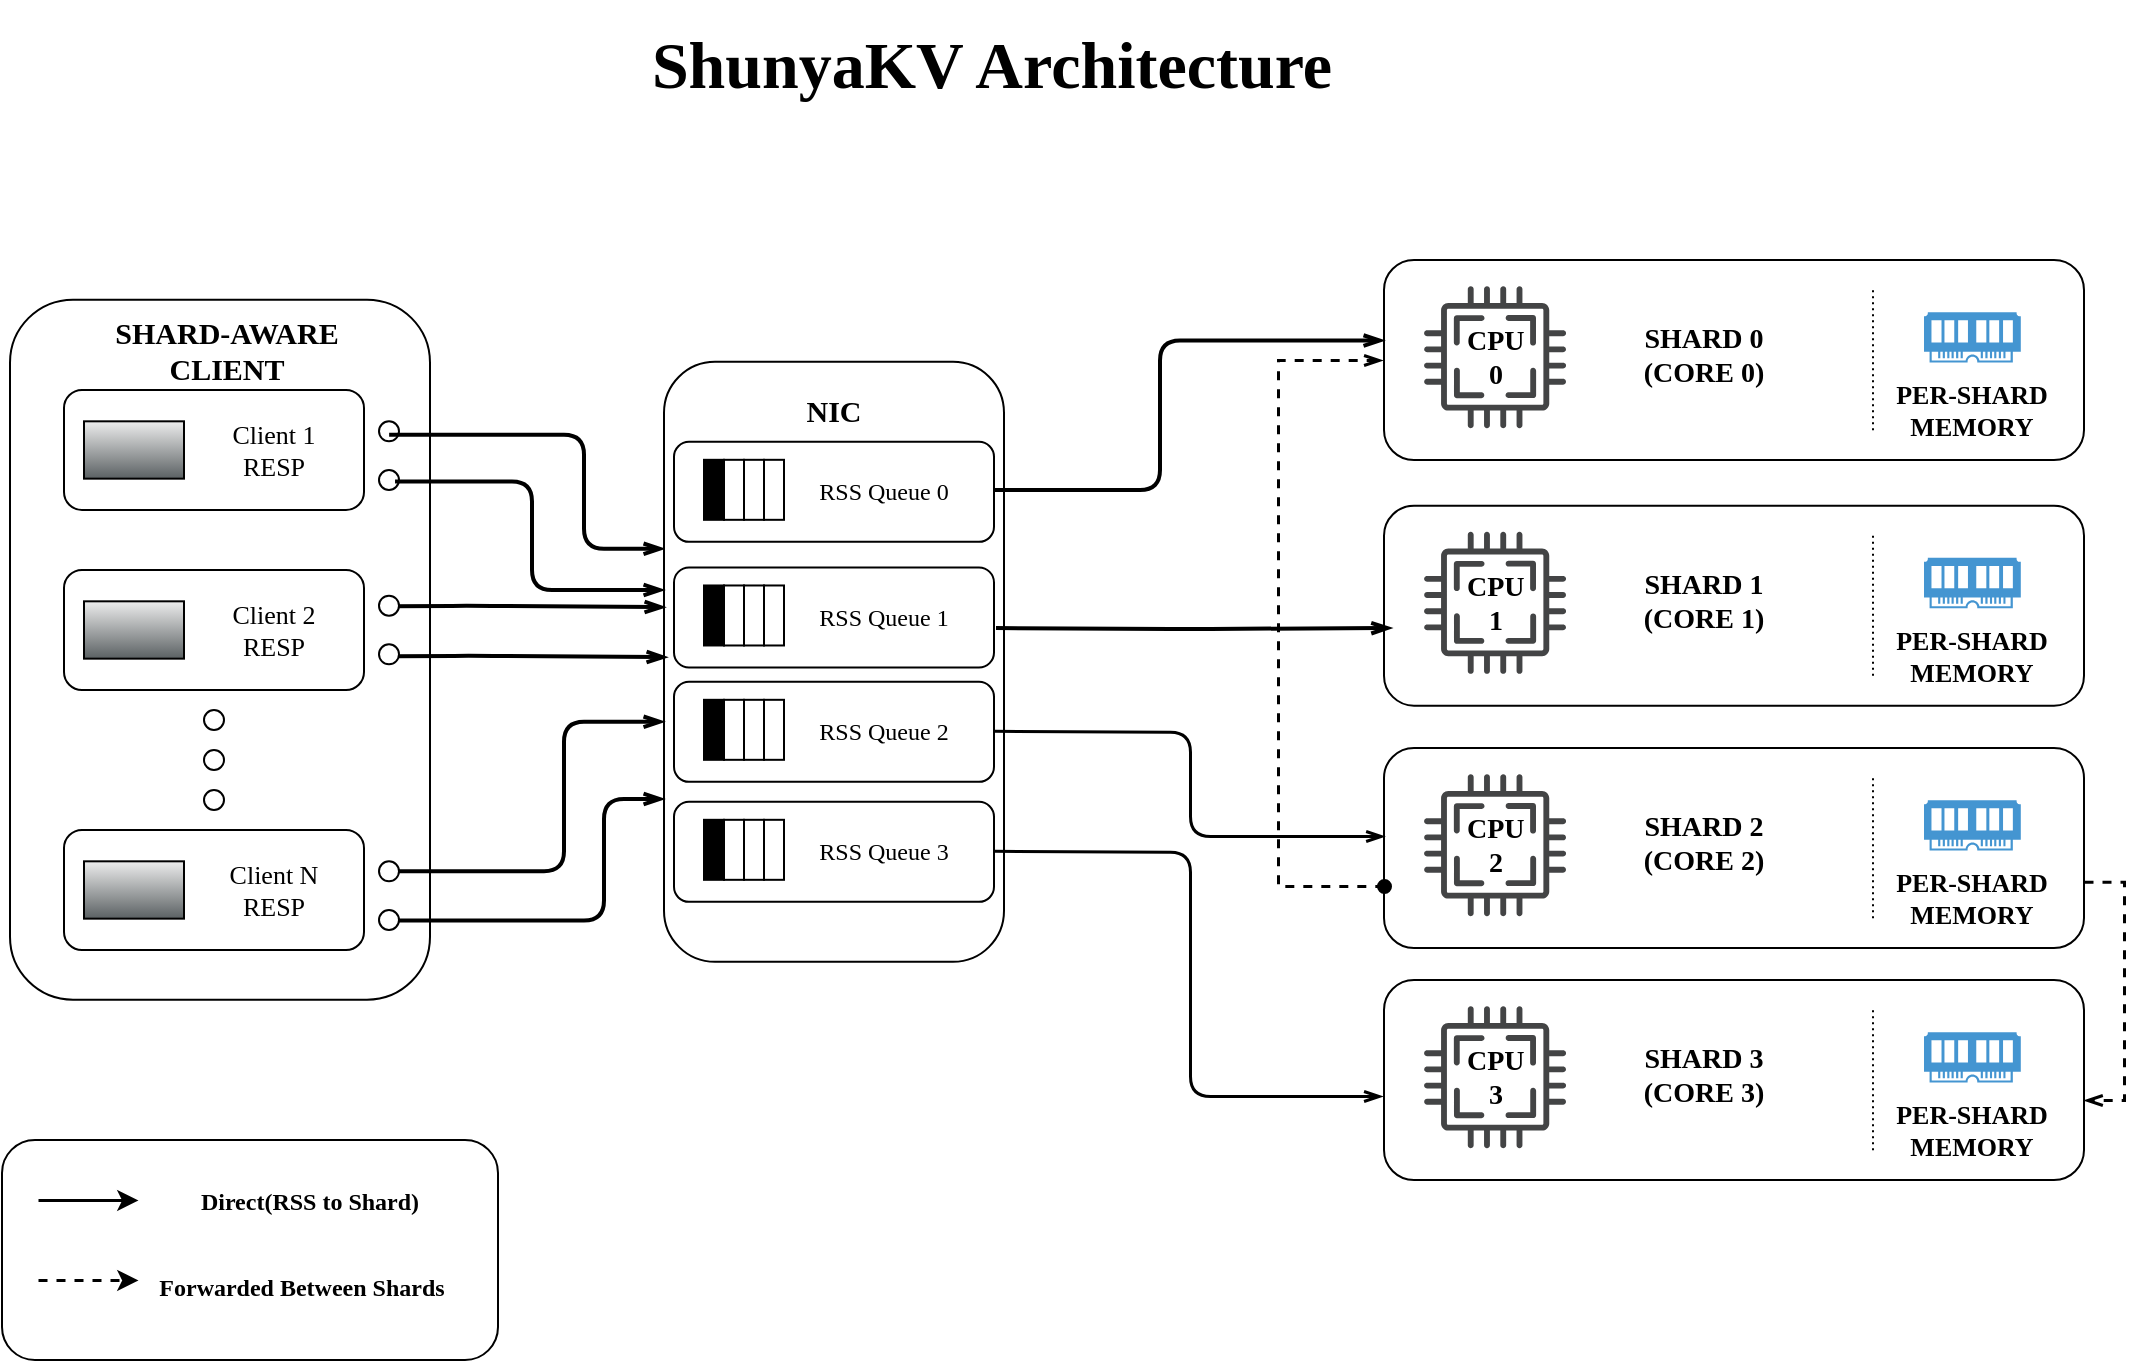
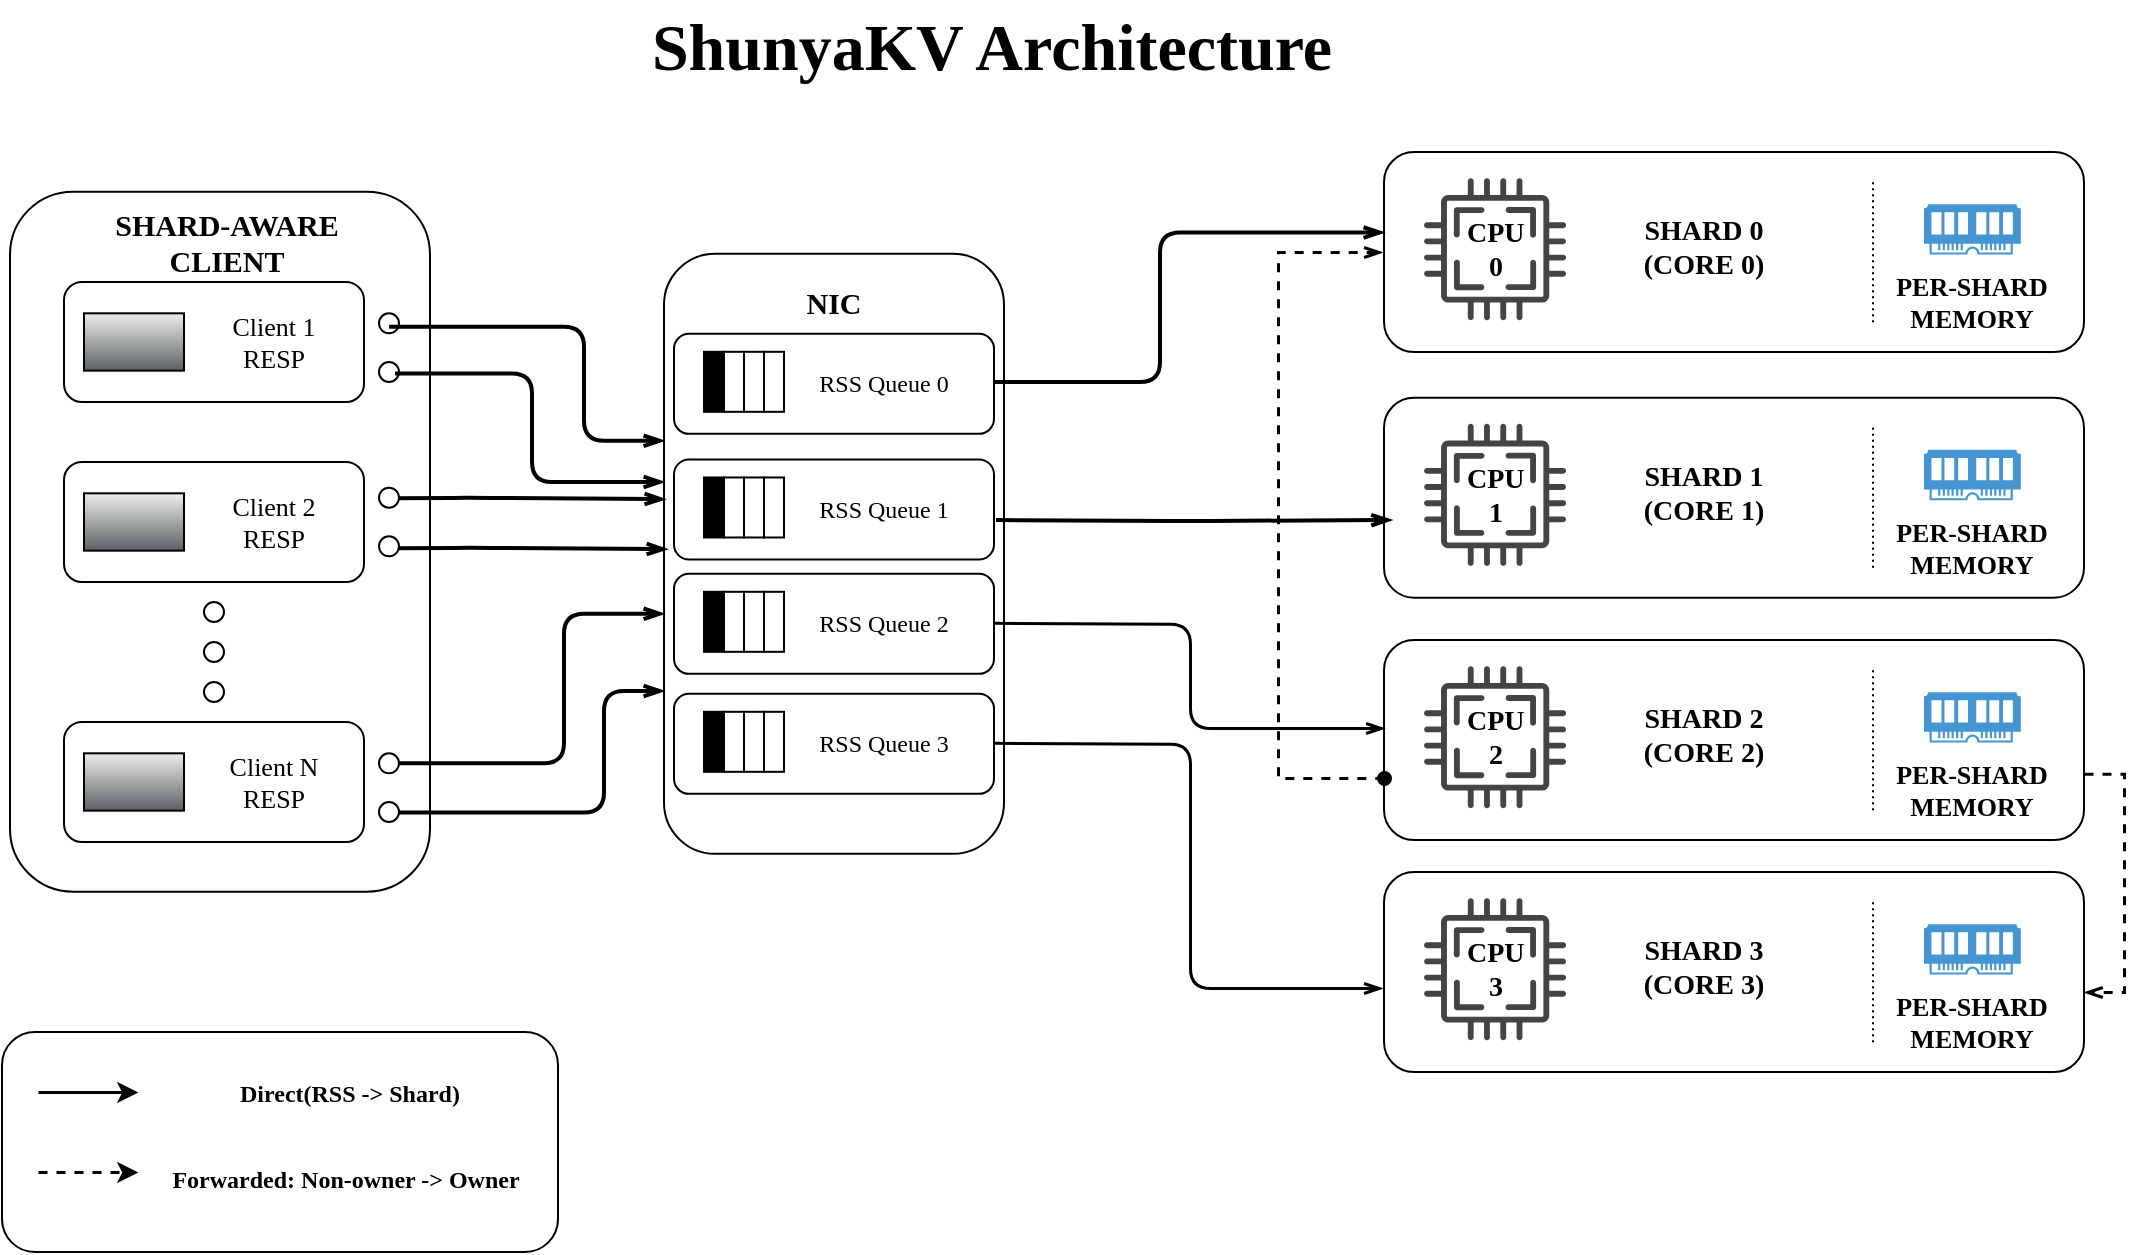
<mxfile host="app.diagrams.net">
  <diagram name="Page-1" id="I0ug7mcAxyHwkVDcN7vq">
    <mxGraphModel grid="1" page="1" gridSize="10" guides="1" tooltips="1" connect="1" arrows="1" fold="1" pageScale="1" pageWidth="1169" pageHeight="827" background="light-dark(#FFFFFF,#000000)" math="0" shadow="0">
      <root>
        <mxCell id="0" />
        <mxCell id="1" parent="0" />
        <mxCell id="PMC6tjYQETHVI_DmUN-Q-2" parent="1" style="rounded=1;whiteSpace=wrap;html=1;gradientColor=none;strokeColor=light-dark(#000000,#898CED);" value="" vertex="1">
          <mxGeometry height="350" width="210" x="66" y="229.82999999999998" as="geometry" />
        </mxCell>
        <mxCell id="PMC6tjYQETHVI_DmUN-Q-3" parent="1" style="text;html=1;whiteSpace=wrap;strokeColor=none;fillColor=none;align=center;verticalAlign=middle;rounded=0;" value="&lt;b&gt;&lt;font face=&quot;Comic Sans MS&quot; style=&quot;color: light-dark(rgb(0, 0, 0), rgb(255, 255, 255)); font-size: 15px;&quot;&gt;SHARD-AWARE CLIENT&lt;/font&gt;&lt;/b&gt;" vertex="1">
          <mxGeometry height="30" width="165" x="91.5" y="240" as="geometry" />
        </mxCell>
        <mxCell id="PMC6tjYQETHVI_DmUN-Q-4" parent="1" style="rounded=1;whiteSpace=wrap;html=1;" value="" vertex="1">
          <mxGeometry height="60" width="150" x="93" y="275" as="geometry" />
        </mxCell>
        <mxCell id="PMC6tjYQETHVI_DmUN-Q-5" parent="1" style="rounded=1;whiteSpace=wrap;html=1;" value="" vertex="1">
          <mxGeometry height="60" width="150" x="93" y="365" as="geometry" />
        </mxCell>
        <mxCell id="PMC6tjYQETHVI_DmUN-Q-6" parent="1" style="rounded=1;whiteSpace=wrap;html=1;" value="" vertex="1">
          <mxGeometry height="60" width="150" x="93" y="495" as="geometry" />
        </mxCell>
        <mxCell id="PMC6tjYQETHVI_DmUN-Q-7" parent="1" style="shape=mxgraph.networks2.icon;aspect=fixed;fillColor=#EDEDED;strokeColor=light-dark(#000000,#898CED);gradientColor=#5B6163;network2IconShadow=1;network2bgFillColor=none;labelPosition=center;verticalLabelPosition=bottom;align=center;verticalAlign=top;network2Icon=mxgraph.networks2.laptop;network2IconW=1;network2IconH=0.5734;" value="" vertex="1">
          <mxGeometry height="28.67" width="50" x="103" y="290.65999999999997" as="geometry" />
        </mxCell>
        <mxCell id="PMC6tjYQETHVI_DmUN-Q-8" parent="1" style="text;html=1;whiteSpace=wrap;strokeColor=none;fillColor=none;align=center;verticalAlign=middle;rounded=0;" value="&lt;font face=&quot;Comic Sans MS&quot; style=&quot;font-size: 13px;&quot;&gt;Client 1&lt;/font&gt;&lt;div&gt;&lt;font face=&quot;Comic Sans MS&quot; style=&quot;font-size: 13px;&quot;&gt;RESP&lt;/font&gt;&lt;/div&gt;" vertex="1">
          <mxGeometry height="40" width="90" x="153" y="285" as="geometry" />
        </mxCell>
        <mxCell id="PMC6tjYQETHVI_DmUN-Q-10" parent="1" style="shape=mxgraph.networks2.icon;aspect=fixed;fillColor=#EDEDED;strokeColor=light-dark(#000000,#898CED);gradientColor=#5B6163;network2IconShadow=1;network2bgFillColor=none;labelPosition=center;verticalLabelPosition=bottom;align=center;verticalAlign=top;network2Icon=mxgraph.networks2.laptop;network2IconW=1;network2IconH=0.5734;" value="" vertex="1">
          <mxGeometry height="28.67" width="50" x="103" y="380.65999999999997" as="geometry" />
        </mxCell>
        <mxCell id="PMC6tjYQETHVI_DmUN-Q-11" parent="1" style="text;html=1;whiteSpace=wrap;strokeColor=none;fillColor=none;align=center;verticalAlign=middle;rounded=0;" value="&lt;font face=&quot;Comic Sans MS&quot; style=&quot;font-size: 13px;&quot;&gt;Client 2&lt;/font&gt;&lt;div&gt;&lt;font face=&quot;Comic Sans MS&quot; style=&quot;font-size: 13px;&quot;&gt;RESP&lt;/font&gt;&lt;/div&gt;" vertex="1">
          <mxGeometry height="40" width="90" x="153" y="375" as="geometry" />
        </mxCell>
        <mxCell id="PMC6tjYQETHVI_DmUN-Q-12" parent="1" style="shape=mxgraph.networks2.icon;aspect=fixed;fillColor=#EDEDED;strokeColor=light-dark(#000000,#898CED);gradientColor=#5B6163;network2IconShadow=1;network2bgFillColor=none;labelPosition=center;verticalLabelPosition=bottom;align=center;verticalAlign=top;network2Icon=mxgraph.networks2.laptop;network2IconW=1;network2IconH=0.5734;" value="" vertex="1">
          <mxGeometry height="28.67" width="50" x="103" y="510.65999999999997" as="geometry" />
        </mxCell>
        <mxCell id="PMC6tjYQETHVI_DmUN-Q-13" parent="1" style="text;html=1;whiteSpace=wrap;strokeColor=none;fillColor=none;align=center;verticalAlign=middle;rounded=0;" value="&lt;font face=&quot;Comic Sans MS&quot; style=&quot;font-size: 13px;&quot;&gt;Client N&lt;/font&gt;&lt;div&gt;&lt;font face=&quot;Comic Sans MS&quot; style=&quot;font-size: 13px;&quot;&gt;RESP&lt;/font&gt;&lt;/div&gt;" vertex="1">
          <mxGeometry height="40" width="90" x="153" y="505" as="geometry" />
        </mxCell>
        <mxCell id="PMC6tjYQETHVI_DmUN-Q-14" parent="1" style="ellipse;whiteSpace=wrap;html=1;aspect=fixed;fillColor=light-dark(#FFFFFF,#898CED);" value="" vertex="1">
          <mxGeometry height="10" width="10" x="163" y="435" as="geometry" />
        </mxCell>
        <mxCell id="PMC6tjYQETHVI_DmUN-Q-18" parent="1" style="ellipse;whiteSpace=wrap;html=1;aspect=fixed;fillColor=light-dark(#FFFFFF,#898CED);" value="" vertex="1">
          <mxGeometry height="10" width="10" x="163" y="455" as="geometry" />
        </mxCell>
        <mxCell id="PMC6tjYQETHVI_DmUN-Q-19" parent="1" style="ellipse;whiteSpace=wrap;html=1;aspect=fixed;fillColor=light-dark(#FFFFFF,#898CED);" value="" vertex="1">
          <mxGeometry height="10" width="10" x="163" y="475" as="geometry" />
        </mxCell>
        <mxCell id="PMC6tjYQETHVI_DmUN-Q-20" parent="1" style="ellipse;whiteSpace=wrap;html=1;aspect=fixed;fillColor=light-dark(#FFFFFF,#000066);" value="" vertex="1">
          <mxGeometry height="10" width="10" x="250.5" y="290.65999999999997" as="geometry" />
        </mxCell>
        <mxCell id="PMC6tjYQETHVI_DmUN-Q-21" parent="1" style="ellipse;whiteSpace=wrap;html=1;aspect=fixed;fillColor=light-dark(#FFFFFF,#000066);" value="" vertex="1">
          <mxGeometry height="10" width="10" x="250.5" y="315" as="geometry" />
        </mxCell>
        <mxCell id="PMC6tjYQETHVI_DmUN-Q-30" parent="1" style="ellipse;whiteSpace=wrap;html=1;aspect=fixed;fillColor=light-dark(#FFFFFF,#000066);" value="" vertex="1">
          <mxGeometry height="10" width="10" x="250.5" y="510.65999999999997" as="geometry" />
        </mxCell>
        <mxCell id="PMC6tjYQETHVI_DmUN-Q-31" parent="1" style="ellipse;whiteSpace=wrap;html=1;aspect=fixed;fillColor=light-dark(#FFFFFF,#000066);" value="" vertex="1">
          <mxGeometry height="10" width="10" x="250.5" y="535" as="geometry" />
        </mxCell>
        <mxCell id="PMC6tjYQETHVI_DmUN-Q-35" edge="1" parent="1" style="endArrow=openThin;html=1;rounded=1;strokeWidth=2;edgeStyle=orthogonalEdgeStyle;entryX=0.029;entryY=0.224;entryDx=0;entryDy=0;entryPerimeter=0;strokeColor=light-dark(#000000,#898CED);endFill=0;" value="">
          <mxGeometry height="50" relative="1" width="50" as="geometry">
            <Array as="points">
              <mxPoint x="353" y="297.90999999999997" />
              <mxPoint x="353" y="354.90999999999997" />
            </Array>
            <mxPoint x="255.57" y="297.39" as="sourcePoint" />
            <mxPoint x="393.00000000000006" y="354.43000000000006" as="targetPoint" />
          </mxGeometry>
        </mxCell>
        <mxCell id="PMC6tjYQETHVI_DmUN-Q-37" parent="1" style="rounded=1;whiteSpace=wrap;html=1;imageHeight=24;strokeColor=light-dark(#000000,#89FF5E);" value="" vertex="1">
          <mxGeometry height="300" width="170" x="393" y="260.90999999999997" as="geometry" />
        </mxCell>
        <mxCell id="PMC6tjYQETHVI_DmUN-Q-39" edge="1" parent="1" style="endArrow=openThin;html=1;rounded=1;strokeWidth=2;edgeStyle=orthogonalEdgeStyle;entryX=-0.006;entryY=0.296;entryDx=0;entryDy=0;entryPerimeter=0;strokeColor=light-dark(#000000,#898CED);endFill=0;" value="">
          <mxGeometry height="50" relative="1" width="50" as="geometry">
            <Array as="points">
              <mxPoint x="327.02" y="321.2" />
              <mxPoint x="327.02" y="375.2" />
            </Array>
            <mxPoint x="258.52" y="320.69" as="sourcePoint" />
            <mxPoint x="393" y="374.99999999999994" as="targetPoint" />
          </mxGeometry>
        </mxCell>
        <mxCell id="PMC6tjYQETHVI_DmUN-Q-42" edge="1" parent="1" style="endArrow=openThin;html=1;rounded=1;strokeWidth=2;edgeStyle=orthogonalEdgeStyle;entryX=0;entryY=0.572;entryDx=0;entryDy=0;entryPerimeter=0;strokeColor=light-dark(#000000,#898CED);endFill=0;" value="">
          <mxGeometry height="50" relative="1" width="50" as="geometry">
            <Array as="points">
              <mxPoint x="363" y="539.91" />
              <mxPoint x="363" y="479.90999999999997" />
            </Array>
            <mxPoint x="260.5" y="540.23" as="sourcePoint" />
            <mxPoint x="393" y="479.5099999999999" as="targetPoint" />
          </mxGeometry>
        </mxCell>
        <mxCell id="PMC6tjYQETHVI_DmUN-Q-43" edge="1" parent="1" style="endArrow=openThin;html=1;rounded=1;strokeWidth=2;edgeStyle=orthogonalEdgeStyle;strokeColor=light-dark(#000000,#898CED);endFill=0;" value="">
          <mxGeometry height="50" relative="1" width="50" as="geometry">
            <Array as="points">
              <mxPoint x="343" y="515.91" />
              <mxPoint x="343" y="440.90999999999997" />
            </Array>
            <mxPoint x="260.5" y="515.5699999999999" as="sourcePoint" />
            <mxPoint x="393" y="440.90999999999997" as="targetPoint" />
          </mxGeometry>
        </mxCell>
        <mxCell id="PMC6tjYQETHVI_DmUN-Q-45" parent="1" style="text;html=1;whiteSpace=wrap;strokeColor=none;fillColor=none;align=center;verticalAlign=middle;rounded=0;" value="&lt;font face=&quot;Comic Sans MS&quot; style=&quot;font-size: 15px;&quot;&gt;&lt;b&gt;NIC&lt;/b&gt;&lt;/font&gt;" vertex="1">
          <mxGeometry height="30" width="60" x="448" y="269.90999999999997" as="geometry" />
        </mxCell>
        <mxCell id="dpXEX4KaGgYRz0ef-om4-5" edge="1" parent="1" style="endArrow=openThin;html=1;rounded=1;curved=0;strokeWidth=2;entryX=0.006;entryY=0.139;entryDx=0;entryDy=0;entryPerimeter=0;strokeColor=light-dark(#000000,#898CED);endFill=0;" value="">
          <mxGeometry height="50" relative="1" width="50" as="geometry">
            <Array as="points">
              <mxPoint x="298" y="407.90999999999997" />
            </Array>
            <mxPoint x="258" y="408.07000000000005" as="sourcePoint" />
            <mxPoint x="394.5" y="408.58000000000004" as="targetPoint" />
          </mxGeometry>
        </mxCell>
        <mxCell id="PMC6tjYQETHVI_DmUN-Q-27" parent="1" style="ellipse;whiteSpace=wrap;html=1;aspect=fixed;fillColor=light-dark(#FFFFFF,#000066);" value="" vertex="1">
          <mxGeometry height="10" width="10" x="250.5" y="402.1700000000001" as="geometry" />
        </mxCell>
        <mxCell id="dpXEX4KaGgYRz0ef-om4-6" edge="1" parent="1" style="endArrow=openThin;html=1;rounded=1;curved=0;strokeWidth=2;entryX=0.006;entryY=0.139;entryDx=0;entryDy=0;entryPerimeter=0;strokeColor=light-dark(#000000,#898CED);endFill=0;" value="">
          <mxGeometry height="50" relative="1" width="50" as="geometry">
            <Array as="points">
              <mxPoint x="297" y="382.90999999999997" />
            </Array>
            <mxPoint x="257" y="383.07000000000005" as="sourcePoint" />
            <mxPoint x="393.5" y="383.58000000000004" as="targetPoint" />
          </mxGeometry>
        </mxCell>
        <mxCell id="PMC6tjYQETHVI_DmUN-Q-26" parent="1" style="ellipse;whiteSpace=wrap;html=1;aspect=fixed;fillColor=light-dark(#FFFFFF,#000066);" value="" vertex="1">
          <mxGeometry height="10" width="10" x="250.5" y="377.83000000000004" as="geometry" />
        </mxCell>
        <mxCell id="dpXEX4KaGgYRz0ef-om4-8" parent="1" style="rounded=1;whiteSpace=wrap;html=1;strokeColor=light-dark(#000000,#ACFF8E);" value="" vertex="1">
          <mxGeometry height="50" width="160" x="398" y="300.90999999999997" as="geometry" />
        </mxCell>
        <mxCell id="dpXEX4KaGgYRz0ef-om4-14" parent="1" style="rounded=0;whiteSpace=wrap;html=1;fillColor=light-dark(#000000,#636363);" value="" vertex="1">
          <mxGeometry height="30" width="10" x="413" y="309.90999999999997" as="geometry" />
        </mxCell>
        <mxCell id="dpXEX4KaGgYRz0ef-om4-22" parent="1" style="rounded=0;whiteSpace=wrap;html=1;" value="" vertex="1">
          <mxGeometry height="30" width="10" x="423" y="309.90999999999997" as="geometry" />
        </mxCell>
        <mxCell id="dpXEX4KaGgYRz0ef-om4-23" parent="1" style="rounded=0;whiteSpace=wrap;html=1;fillColor=light-dark(#FFFFFF,#636363);" value="" vertex="1">
          <mxGeometry height="30" width="10" x="433" y="309.90999999999997" as="geometry" />
        </mxCell>
        <mxCell id="dpXEX4KaGgYRz0ef-om4-24" parent="1" style="rounded=0;whiteSpace=wrap;html=1;" value="" vertex="1">
          <mxGeometry height="30" width="10" x="443" y="309.90999999999997" as="geometry" />
        </mxCell>
        <mxCell id="dpXEX4KaGgYRz0ef-om4-25" parent="1" style="text;html=1;whiteSpace=wrap;strokeColor=none;fillColor=none;align=center;verticalAlign=middle;rounded=0;" value="&lt;font face=&quot;Comic Sans MS&quot;&gt;RSS Queue 0&lt;/font&gt;" vertex="1">
          <mxGeometry height="30" width="90" x="458" y="310.90999999999997" as="geometry" />
        </mxCell>
        <mxCell id="dpXEX4KaGgYRz0ef-om4-33" parent="1" style="rounded=1;whiteSpace=wrap;html=1;strokeColor=light-dark(#000000,#ACFF8E);" value="" vertex="1">
          <mxGeometry height="50" width="160" x="398" y="363.74" as="geometry" />
        </mxCell>
        <mxCell id="dpXEX4KaGgYRz0ef-om4-34" parent="1" style="rounded=0;whiteSpace=wrap;html=1;fillColor=light-dark(#000000,#636363);" value="" vertex="1">
          <mxGeometry height="30" width="10" x="413" y="372.74" as="geometry" />
        </mxCell>
        <mxCell id="dpXEX4KaGgYRz0ef-om4-35" parent="1" style="rounded=0;whiteSpace=wrap;html=1;" value="" vertex="1">
          <mxGeometry height="30" width="10" x="423" y="372.74" as="geometry" />
        </mxCell>
        <mxCell id="dpXEX4KaGgYRz0ef-om4-36" parent="1" style="rounded=0;whiteSpace=wrap;html=1;fillColor=light-dark(#FFFFFF,#636363);" value="" vertex="1">
          <mxGeometry height="30" width="10" x="433" y="372.74" as="geometry" />
        </mxCell>
        <mxCell id="dpXEX4KaGgYRz0ef-om4-37" parent="1" style="rounded=0;whiteSpace=wrap;html=1;" value="" vertex="1">
          <mxGeometry height="30" width="10" x="443" y="372.74" as="geometry" />
        </mxCell>
        <mxCell id="dpXEX4KaGgYRz0ef-om4-38" parent="1" style="text;html=1;whiteSpace=wrap;strokeColor=none;fillColor=none;align=center;verticalAlign=middle;rounded=0;" value="&lt;font face=&quot;Comic Sans MS&quot;&gt;RSS Queue 1&lt;/font&gt;" vertex="1">
          <mxGeometry height="30" width="90" x="458" y="373.74" as="geometry" />
        </mxCell>
        <mxCell id="dpXEX4KaGgYRz0ef-om4-39" parent="1" style="rounded=1;whiteSpace=wrap;html=1;strokeColor=light-dark(#000000,#ACFF8E);" value="" vertex="1">
          <mxGeometry height="50" width="160" x="398" y="420.90999999999997" as="geometry" />
        </mxCell>
        <mxCell id="dpXEX4KaGgYRz0ef-om4-40" parent="1" style="rounded=0;whiteSpace=wrap;html=1;fillColor=light-dark(#000000,#636363);" value="" vertex="1">
          <mxGeometry height="30" width="10" x="413" y="429.90999999999997" as="geometry" />
        </mxCell>
        <mxCell id="dpXEX4KaGgYRz0ef-om4-41" parent="1" style="rounded=0;whiteSpace=wrap;html=1;" value="" vertex="1">
          <mxGeometry height="30" width="10" x="423" y="429.90999999999997" as="geometry" />
        </mxCell>
        <mxCell id="dpXEX4KaGgYRz0ef-om4-42" parent="1" style="rounded=0;whiteSpace=wrap;html=1;fillColor=light-dark(#FFFFFF,#636363);" value="" vertex="1">
          <mxGeometry height="30" width="10" x="433" y="429.90999999999997" as="geometry" />
        </mxCell>
        <mxCell id="dpXEX4KaGgYRz0ef-om4-43" parent="1" style="rounded=0;whiteSpace=wrap;html=1;" value="" vertex="1">
          <mxGeometry height="30" width="10" x="443" y="429.90999999999997" as="geometry" />
        </mxCell>
        <mxCell id="dpXEX4KaGgYRz0ef-om4-44" parent="1" style="text;html=1;whiteSpace=wrap;strokeColor=none;fillColor=none;align=center;verticalAlign=middle;rounded=0;" value="&lt;font face=&quot;Comic Sans MS&quot;&gt;RSS Queue 2&lt;/font&gt;" vertex="1">
          <mxGeometry height="30" width="90" x="458" y="430.90999999999997" as="geometry" />
        </mxCell>
        <mxCell id="dpXEX4KaGgYRz0ef-om4-52" parent="1" style="rounded=1;whiteSpace=wrap;html=1;strokeColor=light-dark(#000000,#ACFF8E);" value="" vertex="1">
          <mxGeometry height="50" width="160" x="398" y="480.90999999999997" as="geometry" />
        </mxCell>
        <mxCell id="dpXEX4KaGgYRz0ef-om4-53" parent="1" style="rounded=0;whiteSpace=wrap;html=1;fillColor=light-dark(#000000,#636363);" value="" vertex="1">
          <mxGeometry height="30" width="10" x="413" y="489.90999999999997" as="geometry" />
        </mxCell>
        <mxCell id="dpXEX4KaGgYRz0ef-om4-54" parent="1" style="rounded=0;whiteSpace=wrap;html=1;" value="" vertex="1">
          <mxGeometry height="30" width="10" x="423" y="489.90999999999997" as="geometry" />
        </mxCell>
        <mxCell id="dpXEX4KaGgYRz0ef-om4-55" parent="1" style="rounded=0;whiteSpace=wrap;html=1;fillColor=light-dark(#FFFFFF,#636363);" value="" vertex="1">
          <mxGeometry height="30" width="10" x="433" y="489.90999999999997" as="geometry" />
        </mxCell>
        <mxCell id="dpXEX4KaGgYRz0ef-om4-56" parent="1" style="rounded=0;whiteSpace=wrap;html=1;" value="" vertex="1">
          <mxGeometry height="30" width="10" x="443" y="489.90999999999997" as="geometry" />
        </mxCell>
        <mxCell id="dpXEX4KaGgYRz0ef-om4-57" parent="1" style="text;html=1;whiteSpace=wrap;strokeColor=none;fillColor=none;align=center;verticalAlign=middle;rounded=0;" value="&lt;font face=&quot;Comic Sans MS&quot;&gt;RSS Queue 3&lt;/font&gt;" vertex="1">
          <mxGeometry height="30" width="90" x="458" y="490.90999999999997" as="geometry" />
        </mxCell>
        <mxCell id="RaRmm5Zi0C7OsjpwAnEh-1" parent="1" style="rounded=1;whiteSpace=wrap;html=1;strokeColor=light-dark(#000000,#FF8000);" value="" vertex="1">
          <mxGeometry height="100" width="350" x="753" y="210" as="geometry" />
        </mxCell>
        <mxCell id="RaRmm5Zi0C7OsjpwAnEh-3" parent="1" style="sketch=0;pointerEvents=1;shadow=0;dashed=0;html=1;strokeColor=none;fillColor=light-dark(#434445,#66A1B4);aspect=fixed;labelPosition=center;verticalLabelPosition=bottom;verticalAlign=top;align=center;outlineConnect=0;shape=mxgraph.vvd.cpu;" value="" vertex="1">
          <mxGeometry height="71.08" width="71.08" x="773" y="223.09000000000003" as="geometry" />
        </mxCell>
        <mxCell id="RaRmm5Zi0C7OsjpwAnEh-4" parent="1" style="text;html=1;whiteSpace=wrap;strokeColor=none;fillColor=none;align=center;verticalAlign=middle;rounded=0;" value="&lt;font face=&quot;Comic Sans MS&quot; style=&quot;&quot;&gt;&lt;b style=&quot;&quot;&gt;&lt;span style=&quot;font-size: 13px;&quot;&gt;&amp;nbsp;&lt;/span&gt;&lt;font style=&quot;font-size: 14px;&quot;&gt;CPU&amp;nbsp;&lt;/font&gt;&lt;/b&gt;&lt;/font&gt;&lt;div&gt;&lt;font face=&quot;Comic Sans MS&quot; style=&quot;font-size: 14px;&quot;&gt;&lt;b style=&quot;&quot;&gt;0&lt;/b&gt;&lt;/font&gt;&lt;/div&gt;" vertex="1">
          <mxGeometry height="30" width="60" x="778.54" y="244.09000000000003" as="geometry" />
        </mxCell>
        <mxCell id="RaRmm5Zi0C7OsjpwAnEh-5" parent="1" style="pointerEvents=1;shadow=0;dashed=0;html=1;strokeColor=none;fillColor=#4495D1;labelPosition=center;verticalLabelPosition=bottom;verticalAlign=top;align=center;outlineConnect=0;shape=mxgraph.veeam.ram;" value="" vertex="1">
          <mxGeometry height="25.2" width="48.4" x="1023" y="236.09" as="geometry" />
        </mxCell>
        <mxCell id="RaRmm5Zi0C7OsjpwAnEh-6" parent="1" style="text;html=1;whiteSpace=wrap;strokeColor=none;fillColor=none;align=center;verticalAlign=middle;rounded=0;" value="&lt;font face=&quot;Comic Sans MS&quot; style=&quot;font-size: 14px;&quot;&gt;&lt;b&gt;SHARD 0&lt;br&gt;(CORE 0)&lt;/b&gt;&lt;/font&gt;" vertex="1">
          <mxGeometry height="30" width="80" x="873" y="243.48999999999998" as="geometry" />
        </mxCell>
        <mxCell id="RaRmm5Zi0C7OsjpwAnEh-7" edge="1" parent="1" style="edgeStyle=none;orthogonalLoop=1;jettySize=auto;html=1;rounded=0;dashed=1;dashPattern=1 2;endArrow=none;endFill=0;" value="">
          <mxGeometry relative="1" width="80" as="geometry">
            <Array as="points" />
            <mxPoint x="997.5" y="225.09" as="sourcePoint" />
            <mxPoint x="997.5" y="295.09000000000003" as="targetPoint" />
          </mxGeometry>
        </mxCell>
        <mxCell id="RaRmm5Zi0C7OsjpwAnEh-8" parent="1" style="text;html=1;whiteSpace=wrap;strokeColor=none;fillColor=none;align=center;verticalAlign=middle;rounded=0;" value="&lt;font face=&quot;Comic Sans MS&quot; style=&quot;font-size: 13px;&quot;&gt;&lt;b&gt;PER-SHARD MEMORY&lt;/b&gt;&lt;/font&gt;" vertex="1">
          <mxGeometry height="30" width="100" x="997.2" y="270.09000000000003" as="geometry" />
        </mxCell>
        <mxCell id="RaRmm5Zi0C7OsjpwAnEh-9" parent="1" style="rounded=1;whiteSpace=wrap;html=1;strokeColor=light-dark(#000000,#FF8000);" value="" vertex="1">
          <mxGeometry height="100" width="350" x="753" y="332.83" as="geometry" />
        </mxCell>
        <mxCell id="RaRmm5Zi0C7OsjpwAnEh-10" parent="1" style="sketch=0;pointerEvents=1;shadow=0;dashed=0;html=1;strokeColor=none;fillColor=light-dark(#434445,#66A1B4);aspect=fixed;labelPosition=center;verticalLabelPosition=bottom;verticalAlign=top;align=center;outlineConnect=0;shape=mxgraph.vvd.cpu;" value="" vertex="1">
          <mxGeometry height="71.08" width="71.08" x="773" y="345.92" as="geometry" />
        </mxCell>
        <mxCell id="RaRmm5Zi0C7OsjpwAnEh-11" parent="1" style="text;html=1;whiteSpace=wrap;strokeColor=none;fillColor=none;align=center;verticalAlign=middle;rounded=0;" value="&lt;font face=&quot;Comic Sans MS&quot; style=&quot;&quot;&gt;&lt;b style=&quot;&quot;&gt;&lt;span style=&quot;font-size: 13px;&quot;&gt;&amp;nbsp;&lt;/span&gt;&lt;font style=&quot;font-size: 14px;&quot;&gt;CPU&amp;nbsp;&lt;/font&gt;&lt;/b&gt;&lt;/font&gt;&lt;div&gt;&lt;font face=&quot;Comic Sans MS&quot;&gt;&lt;span style=&quot;font-size: 14px;&quot;&gt;&lt;b&gt;1&lt;/b&gt;&lt;/span&gt;&lt;/font&gt;&lt;/div&gt;" vertex="1">
          <mxGeometry height="30" width="60" x="778.54" y="366.92" as="geometry" />
        </mxCell>
        <mxCell id="RaRmm5Zi0C7OsjpwAnEh-12" parent="1" style="pointerEvents=1;shadow=0;dashed=0;html=1;strokeColor=none;fillColor=#4495D1;labelPosition=center;verticalLabelPosition=bottom;verticalAlign=top;align=center;outlineConnect=0;shape=mxgraph.veeam.ram;" value="" vertex="1">
          <mxGeometry height="25.2" width="48.4" x="1023" y="358.92" as="geometry" />
        </mxCell>
        <mxCell id="RaRmm5Zi0C7OsjpwAnEh-13" parent="1" style="text;html=1;whiteSpace=wrap;strokeColor=none;fillColor=none;align=center;verticalAlign=middle;rounded=0;" value="&lt;font face=&quot;Comic Sans MS&quot; style=&quot;font-size: 14px;&quot;&gt;&lt;b&gt;SHARD 1&lt;br&gt;(CORE 1)&lt;/b&gt;&lt;/font&gt;" vertex="1">
          <mxGeometry height="30" width="80" x="873" y="366.32" as="geometry" />
        </mxCell>
        <mxCell id="RaRmm5Zi0C7OsjpwAnEh-14" edge="1" parent="1" style="edgeStyle=none;orthogonalLoop=1;jettySize=auto;html=1;rounded=0;dashed=1;dashPattern=1 2;endArrow=none;endFill=0;" value="">
          <mxGeometry relative="1" width="80" as="geometry">
            <Array as="points" />
            <mxPoint x="997.5" y="347.92" as="sourcePoint" />
            <mxPoint x="997.5" y="417.91999999999996" as="targetPoint" />
          </mxGeometry>
        </mxCell>
        <mxCell id="RaRmm5Zi0C7OsjpwAnEh-15" parent="1" style="text;html=1;whiteSpace=wrap;strokeColor=none;fillColor=none;align=center;verticalAlign=middle;rounded=0;" value="&lt;font face=&quot;Comic Sans MS&quot; style=&quot;font-size: 13px;&quot;&gt;&lt;b&gt;PER-SHARD MEMORY&lt;/b&gt;&lt;/font&gt;" vertex="1">
          <mxGeometry height="30" width="100" x="997.2" y="392.91999999999996" as="geometry" />
        </mxCell>
        <mxCell id="RaRmm5Zi0C7OsjpwAnEh-16" parent="1" style="rounded=1;whiteSpace=wrap;html=1;strokeColor=light-dark(#000000,#FF8000);" value="" vertex="1">
          <mxGeometry height="100" width="350" x="753" y="454" as="geometry" />
        </mxCell>
        <mxCell id="RaRmm5Zi0C7OsjpwAnEh-17" parent="1" style="sketch=0;pointerEvents=1;shadow=0;dashed=0;html=1;strokeColor=none;fillColor=light-dark(#434445,#66A1B4);aspect=fixed;labelPosition=center;verticalLabelPosition=bottom;verticalAlign=top;align=center;outlineConnect=0;shape=mxgraph.vvd.cpu;" value="" vertex="1">
          <mxGeometry height="71.08" width="71.08" x="773" y="467.09000000000003" as="geometry" />
        </mxCell>
        <mxCell id="RaRmm5Zi0C7OsjpwAnEh-18" parent="1" style="text;html=1;whiteSpace=wrap;strokeColor=none;fillColor=none;align=center;verticalAlign=middle;rounded=0;" value="&lt;font face=&quot;Comic Sans MS&quot; style=&quot;&quot;&gt;&lt;b style=&quot;&quot;&gt;&lt;span style=&quot;font-size: 13px;&quot;&gt;&amp;nbsp;&lt;/span&gt;&lt;font style=&quot;font-size: 14px;&quot;&gt;CPU&amp;nbsp;&lt;/font&gt;&lt;/b&gt;&lt;/font&gt;&lt;div&gt;&lt;font face=&quot;Comic Sans MS&quot;&gt;&lt;span style=&quot;font-size: 14px;&quot;&gt;&lt;b&gt;2&lt;/b&gt;&lt;/span&gt;&lt;/font&gt;&lt;/div&gt;" vertex="1">
          <mxGeometry height="30" width="60" x="778.54" y="488.09000000000003" as="geometry" />
        </mxCell>
        <mxCell id="RaRmm5Zi0C7OsjpwAnEh-19" parent="1" style="pointerEvents=1;shadow=0;dashed=0;html=1;strokeColor=none;fillColor=#4495D1;labelPosition=center;verticalLabelPosition=bottom;verticalAlign=top;align=center;outlineConnect=0;shape=mxgraph.veeam.ram;" value="" vertex="1">
          <mxGeometry height="25.2" width="48.4" x="1023" y="480.09000000000003" as="geometry" />
        </mxCell>
        <mxCell id="RaRmm5Zi0C7OsjpwAnEh-20" parent="1" style="text;html=1;whiteSpace=wrap;strokeColor=none;fillColor=none;align=center;verticalAlign=middle;rounded=0;" value="&lt;font face=&quot;Comic Sans MS&quot; style=&quot;font-size: 14px;&quot;&gt;&lt;b&gt;SHARD 2&lt;br&gt;(CORE 2)&lt;/b&gt;&lt;/font&gt;" vertex="1">
          <mxGeometry height="30" width="80" x="873" y="487.49" as="geometry" />
        </mxCell>
        <mxCell id="RaRmm5Zi0C7OsjpwAnEh-21" edge="1" parent="1" style="edgeStyle=none;orthogonalLoop=1;jettySize=auto;html=1;rounded=0;dashed=1;dashPattern=1 2;endArrow=none;endFill=0;" value="">
          <mxGeometry relative="1" width="80" as="geometry">
            <Array as="points" />
            <mxPoint x="997.5" y="469.09000000000003" as="sourcePoint" />
            <mxPoint x="997.5" y="539.09" as="targetPoint" />
          </mxGeometry>
        </mxCell>
        <mxCell id="RaRmm5Zi0C7OsjpwAnEh-22" parent="1" style="text;html=1;whiteSpace=wrap;strokeColor=none;fillColor=none;align=center;verticalAlign=middle;rounded=0;" value="&lt;font face=&quot;Comic Sans MS&quot; style=&quot;font-size: 13px;&quot;&gt;&lt;b&gt;PER-SHARD MEMORY&lt;/b&gt;&lt;/font&gt;" vertex="1">
          <mxGeometry height="30" width="100" x="997.2" y="514.09" as="geometry" />
        </mxCell>
        <mxCell id="RaRmm5Zi0C7OsjpwAnEh-23" parent="1" style="rounded=1;whiteSpace=wrap;html=1;strokeColor=light-dark(#000000,#FF8000);" value="" vertex="1">
          <mxGeometry height="100" width="350" x="753" y="570" as="geometry" />
        </mxCell>
        <mxCell id="RaRmm5Zi0C7OsjpwAnEh-24" parent="1" style="sketch=0;pointerEvents=1;shadow=0;dashed=0;html=1;strokeColor=none;fillColor=light-dark(#434445,#66A1B4);aspect=fixed;labelPosition=center;verticalLabelPosition=bottom;verticalAlign=top;align=center;outlineConnect=0;shape=mxgraph.vvd.cpu;" value="" vertex="1">
          <mxGeometry height="71.08" width="71.08" x="773" y="583.09" as="geometry" />
        </mxCell>
        <mxCell id="RaRmm5Zi0C7OsjpwAnEh-25" parent="1" style="text;html=1;whiteSpace=wrap;strokeColor=none;fillColor=none;align=center;verticalAlign=middle;rounded=0;" value="&lt;font face=&quot;Comic Sans MS&quot; style=&quot;&quot;&gt;&lt;b style=&quot;&quot;&gt;&lt;span style=&quot;font-size: 13px;&quot;&gt;&amp;nbsp;&lt;/span&gt;&lt;font style=&quot;font-size: 14px;&quot;&gt;CPU&amp;nbsp;&lt;/font&gt;&lt;/b&gt;&lt;/font&gt;&lt;div&gt;&lt;font face=&quot;Comic Sans MS&quot;&gt;&lt;span style=&quot;font-size: 14px;&quot;&gt;&lt;b&gt;3&lt;/b&gt;&lt;/span&gt;&lt;/font&gt;&lt;/div&gt;" vertex="1">
          <mxGeometry height="30" width="60" x="778.54" y="604.09" as="geometry" />
        </mxCell>
        <mxCell id="RaRmm5Zi0C7OsjpwAnEh-26" parent="1" style="pointerEvents=1;shadow=0;dashed=0;html=1;strokeColor=none;fillColor=#4495D1;labelPosition=center;verticalLabelPosition=bottom;verticalAlign=top;align=center;outlineConnect=0;shape=mxgraph.veeam.ram;" value="" vertex="1">
          <mxGeometry height="25.2" width="48.4" x="1023" y="596.09" as="geometry" />
        </mxCell>
        <mxCell id="RaRmm5Zi0C7OsjpwAnEh-27" parent="1" style="text;html=1;whiteSpace=wrap;strokeColor=none;fillColor=none;align=center;verticalAlign=middle;rounded=0;" value="&lt;font face=&quot;Comic Sans MS&quot; style=&quot;font-size: 14px;&quot;&gt;&lt;b&gt;SHARD 3&lt;br&gt;(CORE 3)&lt;/b&gt;&lt;/font&gt;" vertex="1">
          <mxGeometry height="30" width="80" x="873" y="603.49" as="geometry" />
        </mxCell>
        <mxCell id="RaRmm5Zi0C7OsjpwAnEh-28" edge="1" parent="1" style="edgeStyle=none;orthogonalLoop=1;jettySize=auto;html=1;rounded=0;dashed=1;dashPattern=1 2;endArrow=none;endFill=0;" value="">
          <mxGeometry relative="1" width="80" as="geometry">
            <Array as="points" />
            <mxPoint x="997.5" y="585.09" as="sourcePoint" />
            <mxPoint x="997.5" y="655.09" as="targetPoint" />
          </mxGeometry>
        </mxCell>
        <mxCell id="RaRmm5Zi0C7OsjpwAnEh-29" parent="1" style="text;html=1;whiteSpace=wrap;strokeColor=none;fillColor=none;align=center;verticalAlign=middle;rounded=0;" value="&lt;font face=&quot;Comic Sans MS&quot; style=&quot;font-size: 13px;&quot;&gt;&lt;b&gt;PER-SHARD MEMORY&lt;/b&gt;&lt;/font&gt;" vertex="1">
          <mxGeometry height="30" width="100" x="997.2" y="630.09" as="geometry" />
        </mxCell>
        <mxCell id="RaRmm5Zi0C7OsjpwAnEh-34" edge="1" parent="1" style="endArrow=openThin;html=1;rounded=1;strokeWidth=2;edgeStyle=orthogonalEdgeStyle;strokeColor=light-dark(#000000,#89FF5E);entryX=0;entryY=0.403;entryDx=0;entryDy=0;entryPerimeter=0;endFill=0;" target="RaRmm5Zi0C7OsjpwAnEh-1" value="">
          <mxGeometry height="50" relative="1" width="50" as="geometry">
            <Array as="points">
              <mxPoint x="641" y="324.90999999999997" />
              <mxPoint x="641" y="249.91" />
            </Array>
            <mxPoint x="558" y="324.9599999999999" as="sourcePoint" />
            <mxPoint x="690.5" y="250.29999999999998" as="targetPoint" />
          </mxGeometry>
        </mxCell>
        <mxCell id="RaRmm5Zi0C7OsjpwAnEh-38" parent="1" style="text;html=1;whiteSpace=wrap;strokeColor=none;fillColor=none;align=center;verticalAlign=middle;rounded=0;" value="&lt;font face=&quot;Comic Sans MS&quot; style=&quot;font-size: 33px; color: light-dark(rgb(0, 0, 0), rgb(137, 140, 237));&quot;&gt;&lt;b&gt;ShunyaKV Architecture&lt;/b&gt;&lt;/font&gt;&lt;div&gt;&lt;br&gt;&lt;/div&gt;" vertex="1">
-           <mxGeometry height="80" width="599.5" x="256.5" y="80" as="geometry" />
+           <mxGeometry height="61" width="599.5" x="256.5" y="134" as="geometry" />
        </mxCell>
        <mxCell id="RaRmm5Zi0C7OsjpwAnEh-39" parent="1" style="rounded=1;whiteSpace=wrap;html=1;" value="" vertex="1">
-           <mxGeometry height="110" width="248" x="62" y="650" as="geometry" />
+           <mxGeometry height="110" width="278" x="62" y="650" as="geometry" />
        </mxCell>
        <mxCell id="RaRmm5Zi0C7OsjpwAnEh-40" edge="1" parent="1" style="edgeStyle=orthogonalEdgeStyle;orthogonalLoop=1;jettySize=auto;html=1;rounded=0;dashed=1;endArrow=oval;endFill=1;exitX=-0.003;exitY=0.62;exitDx=0;exitDy=0;exitPerimeter=0;startArrow=openThin;startFill=0;strokeColor=light-dark(#000000,#FF8000);strokeWidth=1.5;" value="">
          <mxGeometry relative="1" width="80" as="geometry">
            <Array as="points">
              <mxPoint x="700" y="260" />
              <mxPoint x="700" y="523" />
            </Array>
            <mxPoint x="751.9499999999998" y="260" as="sourcePoint" />
            <mxPoint x="753" y="523" as="targetPoint" />
          </mxGeometry>
        </mxCell>
        <mxCell id="RaRmm5Zi0C7OsjpwAnEh-42" edge="1" parent="1" style="edgeStyle=orthogonalEdgeStyle;orthogonalLoop=1;jettySize=auto;html=1;rounded=0;entryX=1;entryY=0.6;entryDx=0;entryDy=0;entryPerimeter=0;strokeWidth=1.5;dashed=1;strokeColor=light-dark(#000000,#FF8000);endArrow=openThin;endFill=0;" target="RaRmm5Zi0C7OsjpwAnEh-23" value="">
          <mxGeometry relative="1" width="80" as="geometry">
            <Array as="points">
              <mxPoint x="1123" y="521" />
              <mxPoint x="1123" y="630" />
            </Array>
            <mxPoint x="1103" y="520.91" as="sourcePoint" />
            <mxPoint x="1140" y="630" as="targetPoint" />
          </mxGeometry>
        </mxCell>
        <mxCell id="RaRmm5Zi0C7OsjpwAnEh-43" edge="1" parent="1" style="endArrow=openThin;html=1;rounded=1;strokeWidth=2;edgeStyle=orthogonalEdgeStyle;strokeColor=light-dark(#000000,#89FF5E);endFill=0;entryX=0.011;entryY=0.612;entryDx=0;entryDy=0;entryPerimeter=0;" target="RaRmm5Zi0C7OsjpwAnEh-9" value="">
          <mxGeometry height="50" relative="1" width="50" as="geometry">
            <Array as="points" />
            <mxPoint x="559" y="394.04999999999995" as="sourcePoint" />
            <mxPoint x="750" y="380" as="targetPoint" />
          </mxGeometry>
        </mxCell>
        <mxCell id="RaRmm5Zi0C7OsjpwAnEh-44" edge="1" parent="1" style="edgeStyle=orthogonalEdgeStyle;orthogonalLoop=1;jettySize=auto;html=1;rounded=1;entryX=0;entryY=0.44;entryDx=0;entryDy=0;entryPerimeter=0;curved=0;strokeColor=light-dark(#000000,#89FF5E);strokeWidth=1.5;endArrow=openThin;endFill=0;" target="RaRmm5Zi0C7OsjpwAnEh-16" value="">
          <mxGeometry relative="1" width="80" as="geometry">
            <mxPoint x="558" y="445.40999999999997" as="sourcePoint" />
            <mxPoint x="640" y="445" as="targetPoint" />
          </mxGeometry>
        </mxCell>
        <mxCell id="RaRmm5Zi0C7OsjpwAnEh-45" edge="1" parent="1" style="edgeStyle=orthogonalEdgeStyle;orthogonalLoop=1;jettySize=auto;html=1;rounded=1;endArrow=openThin;endFill=0;curved=0;entryX=-0.003;entryY=0.58;entryDx=0;entryDy=0;entryPerimeter=0;strokeColor=light-dark(#000000,#89FF5E);strokeWidth=1.5;" target="RaRmm5Zi0C7OsjpwAnEh-23" value="">
          <mxGeometry relative="1" width="80" as="geometry">
            <mxPoint x="558" y="505.40999999999997" as="sourcePoint" />
            <mxPoint x="638" y="505.40999999999997" as="targetPoint" />
          </mxGeometry>
        </mxCell>
        <mxCell id="RaRmm5Zi0C7OsjpwAnEh-46" edge="1" parent="1" style="edgeStyle=none;orthogonalLoop=1;jettySize=auto;html=1;rounded=0;strokeWidth=1.5;strokeColor=light-dark(#000000,#89FF5E);" value="">
          <mxGeometry relative="1" width="80" as="geometry">
            <Array as="points" />
            <mxPoint x="80" y="680" as="sourcePoint" />
            <mxPoint x="130" y="680" as="targetPoint" />
          </mxGeometry>
        </mxCell>
        <mxCell id="RaRmm5Zi0C7OsjpwAnEh-47" edge="1" parent="1" style="edgeStyle=none;orthogonalLoop=1;jettySize=auto;html=1;rounded=0;strokeWidth=1.5;strokeColor=light-dark(#000000,#FF8000);dashed=1;" value="">
          <mxGeometry relative="1" width="80" as="geometry">
            <Array as="points" />
            <mxPoint x="80" y="720" as="sourcePoint" />
            <mxPoint x="130" y="720" as="targetPoint" />
          </mxGeometry>
        </mxCell>
-         <mxCell id="RaRmm5Zi0C7OsjpwAnEh-48" parent="1" style="text;html=1;whiteSpace=wrap;strokeColor=none;fillColor=none;align=center;verticalAlign=middle;rounded=0;" value="&lt;b&gt;&lt;font face=&quot;Comic Sans MS&quot;&gt;Direct(RSS to Shard)&lt;/font&gt;&lt;/b&gt;" vertex="1">
-           <mxGeometry height="30" width="148" x="142" y="666" as="geometry" />
-         </mxCell>
-         <mxCell id="RaRmm5Zi0C7OsjpwAnEh-49" parent="1" style="text;html=1;whiteSpace=wrap;strokeColor=none;fillColor=none;align=center;verticalAlign=middle;rounded=0;" value="&lt;b&gt;&lt;font face=&quot;Comic Sans MS&quot;&gt;Forwarded Between Shards&lt;/font&gt;&lt;/b&gt;" vertex="1">
-           <mxGeometry height="30" width="148" x="138" y="709" as="geometry" />
+         <mxCell id="RaRmm5Zi0C7OsjpwAnEh-48" parent="1" style="text;html=1;whiteSpace=wrap;strokeColor=none;fillColor=none;align=center;verticalAlign=middle;rounded=0;" value="&lt;b&gt;&lt;font face=&quot;Comic Sans MS&quot;&gt;Direct(RSS -&amp;gt; Shard)&lt;/font&gt;&lt;/b&gt;" vertex="1">
+           <mxGeometry height="30" width="188" x="142" y="666" as="geometry" />
+         </mxCell>
+         <mxCell id="RaRmm5Zi0C7OsjpwAnEh-49" parent="1" style="text;html=1;whiteSpace=wrap;strokeColor=none;fillColor=none;align=center;verticalAlign=middle;rounded=0;" value="&lt;b&gt;&lt;font face=&quot;Comic Sans MS&quot;&gt;Forwarded: Non-owner -&amp;gt; Owner&lt;/font&gt;&lt;/b&gt;" vertex="1">
+           <mxGeometry height="30" width="192" x="138" y="709" as="geometry" />
        </mxCell>
      </root>
    </mxGraphModel>
  </diagram>
</mxfile>
